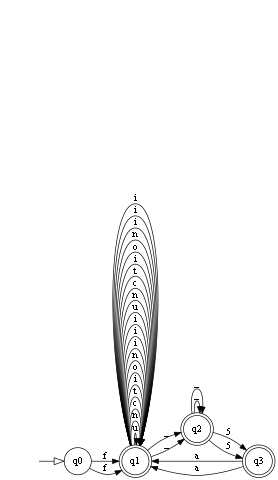
The Graphviz diagram x.gv.png in cgomez29/OLC1_Proyecto1_-201801480, before a commit. Its source is kept beside it as x.gv.
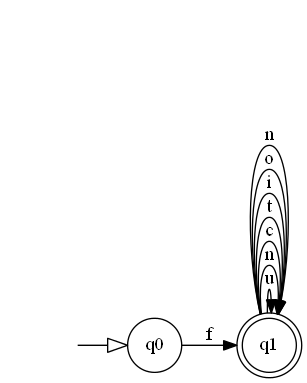
Later version of the same file.

Change to the diagram source:
```diff
@@ -11,29 +11,6 @@
 	q1
 	q1
 	q1
-	q2
-	q2
-	q3
-	q1
-	q1
-	q1
-	q1
-	q1
-	q1
-	q1
-	q1
-	q1
-	q1
-	q1
-	q1
-	q2
-	q2
-	q3
-	q1
-	q1
-	q1
-	q1
-	q0 -> q1 [label=f]
 	q0 -> q1 [label=f]
 	q1 -> q1 [label=u]
 	q1 -> q1 [label=n]
@@ -42,27 +19,6 @@
 	q1 -> q1 [label=i]
 	q1 -> q1 [label=o]
 	q1 -> q1 [label=n]
-	q1 -> q2 [label=_]
-	q1 -> q1 [label=i]
-	q1 -> q1 [label=i]
-	q1 -> q1 [label=i]
-	q1 -> q1 [label=u]
-	q1 -> q1 [label=n]
-	q1 -> q1 [label=c]
-	q1 -> q1 [label=t]
-	q1 -> q1 [label=i]
-	q1 -> q1 [label=o]
-	q1 -> q1 [label=n]
-	q1 -> q2 [label=_]
-	q1 -> q1 [label=i]
-	q1 -> q1 [label=i]
-	q1 -> q1 [label=i]
-	q2 -> q2 [label=_]
-	q2 -> q3 [label=5]
-	q2 -> q2 [label=_]
-	q2 -> q3 [label=5]
-	q3 -> q1 [label=a]
-	q3 -> q1 [label=a]
 	node [shape=none]
 	edge [arrowhead=empty arrowsize=1.5]
 	"" -> q0
```
